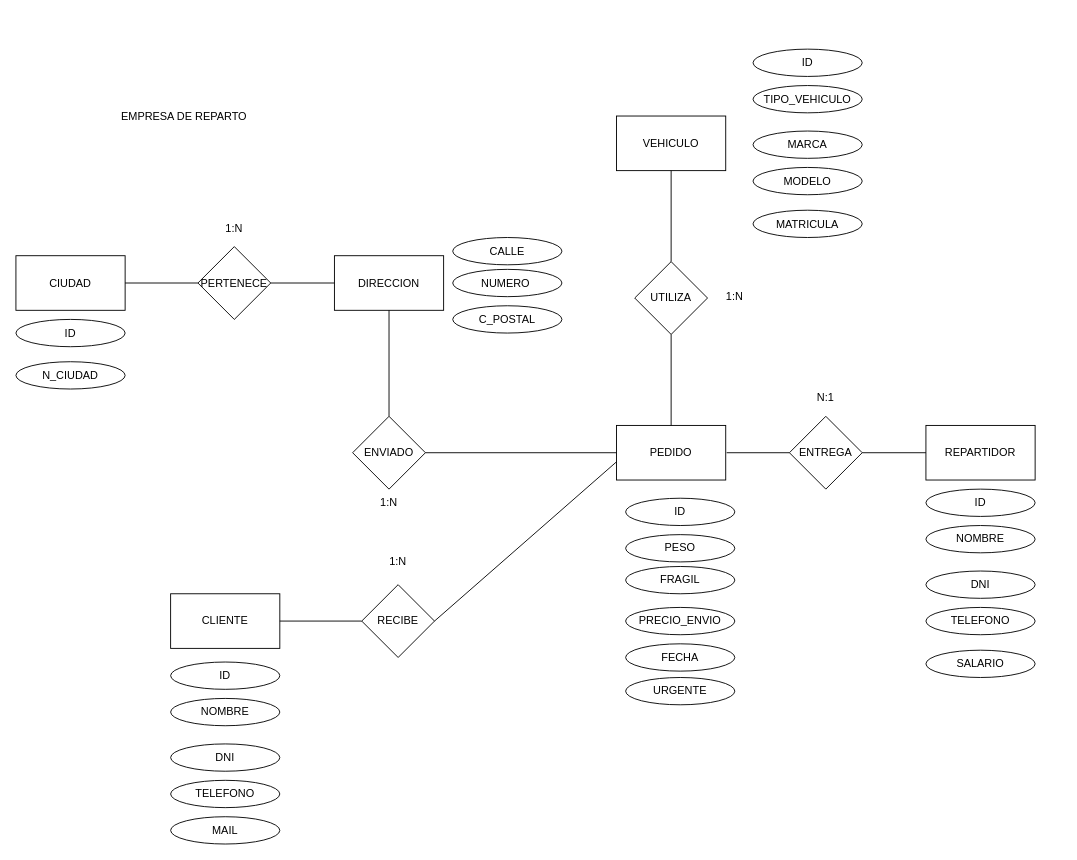
cjsampe/EMPRESA_REPARTO keeps this draw.io diagram as page "Página-1" (1 of 2) of Diagrama_REPARTO.drawio. Above is the earlier version. Source tidied: cells renumbered, new cells numbered last; positions are measured from the earlier drawing's top-left corner, leaving out a move shared by most shapes. Both pictures are drawn from the tidied source at 91%, with x=0, y=0 at pixel (15, 48).
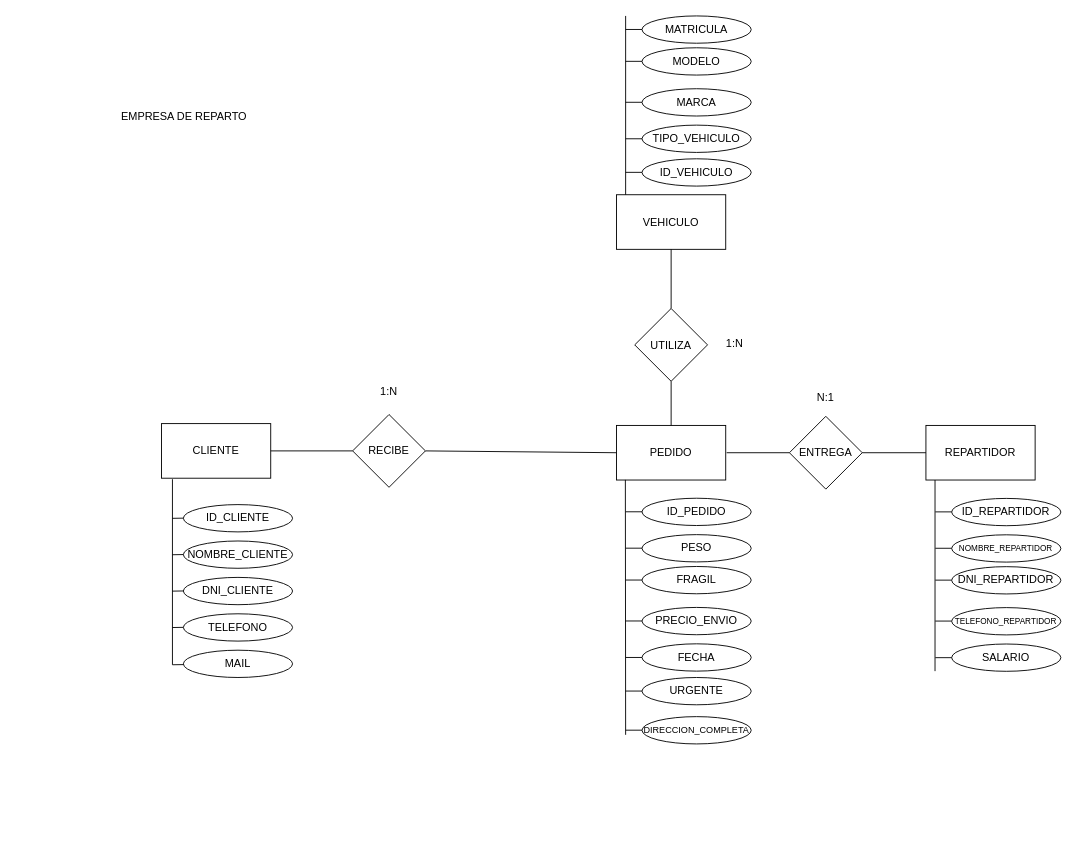
Above is the later version.

Unchanged cells that the change refers to:
```xml
<mxCell id="6" value="PEDIDO" style="rounded=0;whiteSpace=wrap;html=1;" parent="1" vertex="1">
  <mxGeometry x="660" y="414" width="120" height="60" as="geometry" />
</mxCell>
```

The edit, as a diff of the source:
```diff
@@
     <mxCell id="4" value="RECIBE" style="rhombus;whiteSpace=wrap;html=1;" parent="1" vertex="1">
-      <mxGeometry x="380" y="589" width="80" height="80" as="geometry" />
+      <mxGeometry x="370" y="402" width="80" height="80" as="geometry" />
     </mxCell>
-    <mxCell id="5" value="ENVIADO" style="rhombus;whiteSpace=wrap;html=1;" parent="1" vertex="1">
-      <mxGeometry x="370" y="404" width="80" height="80" as="geometry" />
-    </mxCell>
@@
     <mxCell id="7" value="CLIENTE" style="rounded=0;whiteSpace=wrap;html=1;" parent="1" vertex="1">
-      <mxGeometry x="170" y="599" width="120" height="60" as="geometry" />
+      <mxGeometry x="160" y="412" width="120" height="60" as="geometry" />
     </mxCell>
-    <mxCell id="8" value="CIUDAD" style="rounded=0;whiteSpace=wrap;html=1;" parent="1" vertex="1">
-      <mxGeometry y="227.5" width="120" height="60" as="geometry" />
-    </mxCell>
     <mxCell id="9" value="VEHICULO" style="rounded=0;whiteSpace=wrap;html=1;" parent="1" vertex="1">
-      <mxGeometry x="660" y="74" width="120" height="60" as="geometry" />
+      <mxGeometry x="660" y="160.5" width="120" height="60" as="geometry" />
     </mxCell>
     <mxCell id="10" value="UTILIZA" style="rhombus;whiteSpace=wrap;html=1;" parent="1" vertex="1">
-      <mxGeometry x="680" y="234" width="80" height="80" as="geometry" />
+      <mxGeometry x="680" y="285.5" width="80" height="80" as="geometry" />
     </mxCell>
@@
-    <mxCell id="12" style="endArrow=none;html=1;exitX=1;exitY=0.5;exitDx=0;exitDy=0;entryX=0;entryY=0.5;entryDx=0;entryDy=0;" parent="1" edge="1" source="5" target="6">
-      <mxGeometry relative="1" as="geometry" />
-    </mxCell>
@@
-    <mxCell id="15" value="ID" style="ellipse;whiteSpace=wrap;html=1;" parent="1" vertex="1">
-      <mxGeometry y="297.5" width="120" height="30" as="geometry" />
-    </mxCell>
-    <mxCell id="16" value="N_CIUDAD" style="ellipse;whiteSpace=wrap;html=1;" parent="1" vertex="1">
-      <mxGeometry y="344" width="120" height="30" as="geometry" />
-    </mxCell>
-    <mxCell id="17" value="ID" style="ellipse;whiteSpace=wrap;html=1;" parent="1" vertex="1">
-      <mxGeometry x="170" y="674" width="120" height="30" as="geometry" />
+    <mxCell id="17" value="ID_CLIENTE" style="ellipse;whiteSpace=wrap;html=1;" parent="1" vertex="1">
+      <mxGeometry x="184" y="501" width="120" height="30" as="geometry" />
     </mxCell>
-    <mxCell id="18" value="NOMBRE" style="ellipse;whiteSpace=wrap;html=1;" parent="1" vertex="1">
-      <mxGeometry x="170" y="714" width="120" height="30" as="geometry" />
+    <mxCell id="18" value="NOMBRE_CLIENTE" style="ellipse;whiteSpace=wrap;html=1;" parent="1" vertex="1">
+      <mxGeometry x="184" y="541" width="120" height="30" as="geometry" />
     </mxCell>
-    <mxCell id="19" value="CALLE" style="ellipse;whiteSpace=wrap;html=1;" parent="1" vertex="1">
-      <mxGeometry x="480" y="207.5" width="120" height="30" as="geometry" />
-    </mxCell>
-    <mxCell id="20" value="C_POSTAL" style="ellipse;whiteSpace=wrap;html=1;" parent="1" vertex="1">
-      <mxGeometry x="480" y="282.5" width="120" height="30" as="geometry" />
-    </mxCell>
-    <mxCell id="21" value="DNI" style="ellipse;whiteSpace=wrap;html=1;" parent="1" vertex="1">
-      <mxGeometry x="170" y="764" width="120" height="30" as="geometry" />
+    <mxCell id="21" value="DNI_CLIENTE" style="ellipse;whiteSpace=wrap;html=1;" parent="1" vertex="1">
+      <mxGeometry x="184" y="581" width="120" height="30" as="geometry" />
     </mxCell>
     <mxCell id="22" value="TELEFONO" style="ellipse;whiteSpace=wrap;html=1;" parent="1" vertex="1">
-      <mxGeometry x="170" y="804" width="120" height="30" as="geometry" />
+      <mxGeometry x="184" y="621" width="120" height="30" as="geometry" />
     </mxCell>
     <mxCell id="23" value="MAIL" style="ellipse;whiteSpace=wrap;html=1;" parent="1" vertex="1">
-      <mxGeometry x="170" y="844" width="120" height="30" as="geometry" />
+      <mxGeometry x="184" y="661" width="120" height="30" as="geometry" />
     </mxCell>
@@
-    <mxCell id="26" value="ID" style="ellipse;whiteSpace=wrap;html=1;" parent="1" vertex="1">
-      <mxGeometry x="670" y="494" width="120" height="30" as="geometry" />
+    <mxCell id="26" value="ID_PEDIDO" style="ellipse;whiteSpace=wrap;html=1;" parent="1" vertex="1">
+      <mxGeometry x="688" y="494" width="120" height="30" as="geometry" />
     </mxCell>
     <mxCell id="27" value="PESO" style="ellipse;whiteSpace=wrap;html=1;" parent="1" vertex="1">
-      <mxGeometry x="670" y="534" width="120" height="30" as="geometry" />
+      <mxGeometry x="688" y="534" width="120" height="30" as="geometry" />
     </mxCell>
     <mxCell id="28" value="FRAGIL" style="ellipse;whiteSpace=wrap;html=1;" parent="1" vertex="1">
-      <mxGeometry x="670" y="569" width="120" height="30" as="geometry" />
+      <mxGeometry x="688" y="569" width="120" height="30" as="geometry" />
     </mxCell>
     <mxCell id="29" value="PRECIO_ENVIO" style="ellipse;whiteSpace=wrap;html=1;" parent="1" vertex="1">
-      <mxGeometry x="670" y="614" width="120" height="30" as="geometry" />
+      <mxGeometry x="688" y="614" width="120" height="30" as="geometry" />
     </mxCell>
     <mxCell id="30" value="FECHA" style="ellipse;whiteSpace=wrap;html=1;" parent="1" vertex="1">
-      <mxGeometry x="670" y="654" width="120" height="30" as="geometry" />
+      <mxGeometry x="688" y="654" width="120" height="30" as="geometry" />
     </mxCell>
     <mxCell id="31" value="URGENTE" style="ellipse;whiteSpace=wrap;html=1;" parent="1" vertex="1">
-      <mxGeometry x="670" y="691" width="120" height="30" as="geometry" />
+      <mxGeometry x="688" y="691" width="120" height="30" as="geometry" />
     </mxCell>
-    <mxCell id="32" value="DIRECCION" style="rounded=0;whiteSpace=wrap;html=1;" parent="1" vertex="1">
-      <mxGeometry x="350" y="227.5" width="120" height="60" as="geometry" />
-    </mxCell>
-    <mxCell id="33" style="endArrow=none;html=1;exitX=0.5;exitY=0;exitDx=0;exitDy=0;entryX=0.5;entryY=1;entryDx=0;entryDy=0;" parent="1" edge="1" source="5" target="32">
-      <mxGeometry relative="1" as="geometry" />
-    </mxCell>
-    <mxCell id="34" value="NUMERO&amp;nbsp;" style="ellipse;whiteSpace=wrap;html=1;" parent="1" vertex="1">
-      <mxGeometry x="480" y="242.5" width="120" height="30" as="geometry" />
-    </mxCell>
-    <mxCell id="35" style="endArrow=none;html=1;exitX=1;exitY=0.5;exitDx=0;exitDy=0;" parent="1" edge="1" source="4">
-      <mxGeometry relative="1" as="geometry">
-        <mxPoint x="660" y="454" as="targetPoint" />
-      </mxGeometry>
+    <mxCell id="35" style="endArrow=none;html=1;exitX=1;exitY=0.5;exitDx=0;exitDy=0;entryX=0;entryY=0.5;entryDx=0;entryDy=0;" parent="1" edge="1" source="4" target="6">
+      <mxGeometry relative="1" as="geometry" />
     </mxCell>
-    <mxCell id="36" value="ID" style="ellipse;whiteSpace=wrap;html=1;" parent="1" vertex="1">
-      <mxGeometry x="1000" y="484" width="120" height="30" as="geometry" />
-    </mxCell>
-    <mxCell id="37" value="NOMBRE" style="ellipse;whiteSpace=wrap;html=1;" parent="1" vertex="1">
-      <mxGeometry x="1000" y="524" width="120" height="30" as="geometry" />
-    </mxCell>
-    <mxCell id="38" value="DNI" style="ellipse;whiteSpace=wrap;html=1;" parent="1" vertex="1">
-      <mxGeometry x="1000" y="574" width="120" height="30" as="geometry" />
-    </mxCell>
-    <mxCell id="39" value="TELEFONO" style="ellipse;whiteSpace=wrap;html=1;" parent="1" vertex="1">
-      <mxGeometry x="1000" y="614" width="120" height="30" as="geometry" />
-    </mxCell>
-    <mxCell id="40" value="SALARIO" style="ellipse;whiteSpace=wrap;html=1;" parent="1" vertex="1">
-      <mxGeometry x="1000" y="661" width="120" height="30" as="geometry" />
-    </mxCell>
-    <mxCell id="41" value="ID" style="ellipse;whiteSpace=wrap;html=1;" parent="1" vertex="1">
-      <mxGeometry x="810" y="0.5" width="120" height="30" as="geometry" />
-    </mxCell>
-    <mxCell id="42" value="TIPO_VEHICULO" style="ellipse;whiteSpace=wrap;html=1;" parent="1" vertex="1">
-      <mxGeometry x="810" y="40.5" width="120" height="30" as="geometry" />
-    </mxCell>
-    <mxCell id="43" value="MARCA" style="ellipse;whiteSpace=wrap;html=1;" parent="1" vertex="1">
-      <mxGeometry x="810" y="90.5" width="120" height="30" as="geometry" />
-    </mxCell>
-    <mxCell id="44" value="MODELO" style="ellipse;whiteSpace=wrap;html=1;" parent="1" vertex="1">
-      <mxGeometry x="810" y="130.5" width="120" height="30" as="geometry" />
-    </mxCell>
-    <mxCell id="45" value="MATRICULA" style="ellipse;whiteSpace=wrap;html=1;" parent="1" vertex="1">
-      <mxGeometry x="810" y="177.5" width="120" height="30" as="geometry" />
-    </mxCell>
-    <mxCell id="46" value="PERTENECE" style="rhombus;whiteSpace=wrap;html=1;" parent="1" vertex="1">
-      <mxGeometry x="200" y="217.5" width="80" height="80" as="geometry" />
-    </mxCell>
-    <mxCell id="47" style="endArrow=none;html=1;exitX=1;exitY=0.5;exitDx=0;exitDy=0;entryX=0;entryY=0.5;entryDx=0;entryDy=0;" parent="1" edge="1" source="8" target="46">
-      <mxGeometry relative="1" as="geometry" />
-    </mxCell>
-    <mxCell id="48" style="endArrow=none;html=1;exitX=1;exitY=0.5;exitDx=0;exitDy=0;entryX=0;entryY=0.5;entryDx=0;entryDy=0;" parent="1" edge="1" source="46" target="32">
-      <mxGeometry relative="1" as="geometry" />
-    </mxCell>
-    <mxCell id="49" value="1:N" style="text;html=1;strokeColor=none;fillColor=none;align=center;verticalAlign=middle;whiteSpace=wrap;rounded=0;" parent="1" vertex="1">
-      <mxGeometry x="220" y="187.5" width="40" height="20" as="geometry" />
-    </mxCell>
-    <mxCell id="50" value="1:N" style="text;html=1;strokeColor=none;fillColor=none;align=center;verticalAlign=middle;whiteSpace=wrap;rounded=0;" parent="1" vertex="1">
-      <mxGeometry x="390" y="489" width="40" height="20" as="geometry" />
-    </mxCell>
     <mxCell id="51" value="1:N" style="text;html=1;strokeColor=none;fillColor=none;align=center;verticalAlign=middle;whiteSpace=wrap;rounded=0;" parent="1" vertex="1">
-      <mxGeometry x="400" y="554" width="40" height="20" as="geometry" />
+      <mxGeometry x="390" y="367" width="40" height="20" as="geometry" />
     </mxCell>
     <mxCell id="52" value="1:N" style="text;html=1;strokeColor=none;fillColor=none;align=center;verticalAlign=middle;whiteSpace=wrap;rounded=0;" parent="1" vertex="1">
-      <mxGeometry x="770" y="262.5" width="40" height="20" as="geometry" />
+      <mxGeometry x="770" y="314" width="40" height="20" as="geometry" />
     </mxCell>
@@
+    <mxCell id="55" value="&lt;font style=&quot;font-size: 10px&quot;&gt;DIRECCION_COMPLETA&lt;/font&gt;" style="ellipse;whiteSpace=wrap;html=1;" parent="1" vertex="1">
+      <mxGeometry x="688" y="734" width="120" height="30" as="geometry" />
+    </mxCell>
+    <mxCell id="56" style="endArrow=none;html=1;exitX=0.1;exitY=1.018;exitDx=0;exitDy=0;exitPerimeter=0;" parent="1" edge="1" source="7">
+      <mxGeometry relative="1" as="geometry">
+        <mxPoint x="172" y="677" as="targetPoint" />
+      </mxGeometry>
+    </mxCell>
+    <mxCell id="57" style="endArrow=none;html=1;" parent="1" edge="1" target="23">
+      <mxGeometry relative="1" as="geometry">
+        <mxPoint x="172" y="677" as="sourcePoint" />
+      </mxGeometry>
+    </mxCell>
+    <mxCell id="58" style="endArrow=none;html=1;" parent="1" edge="1">
+      <mxGeometry relative="1" as="geometry">
+        <mxPoint x="171.9" y="636.1" as="sourcePoint" />
+        <mxPoint x="184" y="635.9" as="targetPoint" />
+      </mxGeometry>
+    </mxCell>
+    <mxCell id="59" style="endArrow=none;html=1;" parent="1" edge="1">
+      <mxGeometry relative="1" as="geometry">
+        <mxPoint x="171.9" y="596.1" as="sourcePoint" />
+        <mxPoint x="184" y="595.9" as="targetPoint" />
+      </mxGeometry>
+    </mxCell>
+    <mxCell id="60" style="endArrow=none;html=1;" parent="1" edge="1">
+      <mxGeometry relative="1" as="geometry">
+        <mxPoint x="171.9" y="556.1" as="sourcePoint" />
+        <mxPoint x="184" y="555.9" as="targetPoint" />
+      </mxGeometry>
+    </mxCell>
+    <mxCell id="61" style="endArrow=none;html=1;" parent="1" edge="1">
+      <mxGeometry relative="1" as="geometry">
+        <mxPoint x="171.9" y="516.1" as="sourcePoint" />
+        <mxPoint x="184" y="515.9" as="targetPoint" />
+      </mxGeometry>
+    </mxCell>
+    <mxCell id="62" style="endArrow=none;html=1;entryX=0.081;entryY=0.997;entryDx=0;entryDy=0;entryPerimeter=0;" parent="1" edge="1" target="6">
+      <mxGeometry relative="1" as="geometry">
+        <mxPoint x="670" y="754" as="sourcePoint" />
+      </mxGeometry>
+    </mxCell>
+    <mxCell id="63" style="endArrow=none;html=1;entryX=0;entryY=0.5;entryDx=0;entryDy=0;" parent="1" edge="1" target="30">
+      <mxGeometry relative="1" as="geometry">
+        <mxPoint x="670" y="669" as="sourcePoint" />
+      </mxGeometry>
+    </mxCell>
+    <mxCell id="64" style="endArrow=none;html=1;entryX=0;entryY=0.5;entryDx=0;entryDy=0;" parent="1" edge="1">
+      <mxGeometry relative="1" as="geometry">
+        <mxPoint x="670" y="705.9" as="sourcePoint" />
+        <mxPoint x="688" y="705.9" as="targetPoint" />
+      </mxGeometry>
+    </mxCell>
+    <mxCell id="65" style="endArrow=none;html=1;entryX=0;entryY=0.5;entryDx=0;entryDy=0;" parent="1" edge="1">
+      <mxGeometry relative="1" as="geometry">
+        <mxPoint x="670" y="748.9" as="sourcePoint" />
+        <mxPoint x="688" y="748.9" as="targetPoint" />
+      </mxGeometry>
+    </mxCell>
+    <mxCell id="66" style="endArrow=none;html=1;entryX=0;entryY=0.5;entryDx=0;entryDy=0;" parent="1" edge="1">
+      <mxGeometry relative="1" as="geometry">
+        <mxPoint x="670" y="628.9" as="sourcePoint" />
+        <mxPoint x="688" y="628.9" as="targetPoint" />
+      </mxGeometry>
+    </mxCell>
+    <mxCell id="67" style="endArrow=none;html=1;entryX=0;entryY=0.5;entryDx=0;entryDy=0;" parent="1" edge="1">
+      <mxGeometry relative="1" as="geometry">
+        <mxPoint x="670" y="583.9" as="sourcePoint" />
+        <mxPoint x="688" y="583.9" as="targetPoint" />
+      </mxGeometry>
+    </mxCell>
+    <mxCell id="68" style="endArrow=none;html=1;entryX=0;entryY=0.5;entryDx=0;entryDy=0;" parent="1" edge="1">
+      <mxGeometry relative="1" as="geometry">
+        <mxPoint x="670" y="548.9" as="sourcePoint" />
+        <mxPoint x="688" y="548.9" as="targetPoint" />
+      </mxGeometry>
+    </mxCell>
+    <mxCell id="69" style="endArrow=none;html=1;entryX=0;entryY=0.5;entryDx=0;entryDy=0;" parent="1" edge="1">
+      <mxGeometry relative="1" as="geometry">
+        <mxPoint x="670" y="508.9" as="sourcePoint" />
+        <mxPoint x="688" y="508.9" as="targetPoint" />
+      </mxGeometry>
+    </mxCell>
+    <mxCell id="70" value="ID_REPARTIDOR" style="ellipse;whiteSpace=wrap;html=1;" parent="1" vertex="1">
+      <mxGeometry x="1028.3" y="494.2" width="120" height="30" as="geometry" />
+    </mxCell>
+    <mxCell id="71" value="&lt;font style=&quot;font-size: 9px&quot;&gt;NOMBRE_REPARTIDOR&lt;/font&gt;" style="ellipse;whiteSpace=wrap;html=1;" parent="1" vertex="1">
+      <mxGeometry x="1028.3" y="534.2" width="120" height="30" as="geometry" />
+    </mxCell>
+    <mxCell id="72" value="DNI_REPARTIDOR" style="ellipse;whiteSpace=wrap;html=1;" parent="1" vertex="1">
+      <mxGeometry x="1028.3" y="569.2" width="120" height="30" as="geometry" />
+    </mxCell>
+    <mxCell id="73" value="&lt;font style=&quot;font-size: 9px&quot;&gt;TELEFONO_REPARTIDOR&lt;/font&gt;" style="ellipse;whiteSpace=wrap;html=1;" parent="1" vertex="1">
+      <mxGeometry x="1028.3" y="614.2" width="120" height="30" as="geometry" />
+    </mxCell>
+    <mxCell id="40" value="SALARIO" style="ellipse;whiteSpace=wrap;html=1;" parent="1" vertex="1">
+      <mxGeometry x="1028.3" y="654.2" width="120" height="30" as="geometry" />
+    </mxCell>
+    <mxCell id="74" style="endArrow=none;html=1;entryX=0.081;entryY=0.997;entryDx=0;entryDy=0;entryPerimeter=0;" parent="1" edge="1">
+      <mxGeometry relative="1" as="geometry">
+        <mxPoint x="1010" y="684" as="sourcePoint" />
+        <mxPoint x="1010" y="474" as="targetPoint" />
+      </mxGeometry>
+    </mxCell>
+    <mxCell id="75" style="endArrow=none;html=1;entryX=0;entryY=0.5;entryDx=0;entryDy=0;" parent="1" edge="1" target="40">
+      <mxGeometry relative="1" as="geometry">
+        <mxPoint x="1010.3" y="669.2" as="sourcePoint" />
+      </mxGeometry>
+    </mxCell>
+    <mxCell id="76" style="endArrow=none;html=1;entryX=0;entryY=0.5;entryDx=0;entryDy=0;" parent="1" edge="1">
+      <mxGeometry relative="1" as="geometry">
+        <mxPoint x="1010.3" y="629" as="sourcePoint" />
+        <mxPoint x="1028.3" y="629" as="targetPoint" />
+      </mxGeometry>
+    </mxCell>
+    <mxCell id="77" style="endArrow=none;html=1;entryX=0;entryY=0.5;entryDx=0;entryDy=0;" parent="1" edge="1">
+      <mxGeometry relative="1" as="geometry">
+        <mxPoint x="1010.3" y="584" as="sourcePoint" />
+        <mxPoint x="1028.3" y="584" as="targetPoint" />
+      </mxGeometry>
+    </mxCell>
+    <mxCell id="78" style="endArrow=none;html=1;entryX=0;entryY=0.5;entryDx=0;entryDy=0;" parent="1" edge="1">
+      <mxGeometry relative="1" as="geometry">
+        <mxPoint x="1010.3" y="549" as="sourcePoint" />
+        <mxPoint x="1028.3" y="549" as="targetPoint" />
+      </mxGeometry>
+    </mxCell>
+    <mxCell id="79" style="endArrow=none;html=1;entryX=0;entryY=0.5;entryDx=0;entryDy=0;" parent="1" edge="1">
+      <mxGeometry relative="1" as="geometry">
+        <mxPoint x="1010.3" y="509" as="sourcePoint" />
+        <mxPoint x="1028.3" y="509" as="targetPoint" />
+      </mxGeometry>
+    </mxCell>
+    <mxCell id="45" value="MATRICULA" style="ellipse;whiteSpace=wrap;html=1;" parent="1" vertex="1">
+      <mxGeometry x="688" y="-36" width="120" height="30" as="geometry" />
+    </mxCell>
+    <mxCell id="44" value="MODELO" style="ellipse;whiteSpace=wrap;html=1;" parent="1" vertex="1">
+      <mxGeometry x="688" y="-1" width="120" height="30" as="geometry" />
+    </mxCell>
+    <mxCell id="43" value="MARCA" style="ellipse;whiteSpace=wrap;html=1;" parent="1" vertex="1">
+      <mxGeometry x="688" y="44" width="120" height="30" as="geometry" />
+    </mxCell>
+    <mxCell id="42" value="TIPO_VEHICULO" style="ellipse;whiteSpace=wrap;html=1;" parent="1" vertex="1">
+      <mxGeometry x="688" y="84" width="120" height="30" as="geometry" />
+    </mxCell>
+    <mxCell id="80" value="ID_VEHICULO" style="ellipse;whiteSpace=wrap;html=1;" parent="1" vertex="1">
+      <mxGeometry x="688" y="121" width="120" height="30" as="geometry" />
+    </mxCell>
+    <mxCell id="81" style="endArrow=none;html=1;entryX=0;entryY=0.5;entryDx=0;entryDy=0;" parent="1" edge="1" target="42">
+      <mxGeometry relative="1" as="geometry">
+        <mxPoint x="670" y="99" as="sourcePoint" />
+      </mxGeometry>
+    </mxCell>
+    <mxCell id="82" style="endArrow=none;html=1;entryX=0;entryY=0.5;entryDx=0;entryDy=0;" parent="1" edge="1">
+      <mxGeometry relative="1" as="geometry">
+        <mxPoint x="670" y="135.9" as="sourcePoint" />
+        <mxPoint x="688" y="135.9" as="targetPoint" />
+      </mxGeometry>
+    </mxCell>
+    <mxCell id="83" style="endArrow=none;html=1;entryX=0;entryY=0.5;entryDx=0;entryDy=0;" parent="1" edge="1">
+      <mxGeometry relative="1" as="geometry">
+        <mxPoint x="670" y="58.9" as="sourcePoint" />
+        <mxPoint x="688" y="58.9" as="targetPoint" />
+      </mxGeometry>
+    </mxCell>
+    <mxCell id="84" style="endArrow=none;html=1;entryX=0;entryY=0.5;entryDx=0;entryDy=0;" parent="1" edge="1">
+      <mxGeometry relative="1" as="geometry">
+        <mxPoint x="670" y="13.9" as="sourcePoint" />
+        <mxPoint x="688" y="13.9" as="targetPoint" />
+      </mxGeometry>
+    </mxCell>
+    <mxCell id="85" style="endArrow=none;html=1;entryX=0;entryY=0.5;entryDx=0;entryDy=0;" parent="1" edge="1">
+      <mxGeometry relative="1" as="geometry">
+        <mxPoint x="670" y="-21.1" as="sourcePoint" />
+        <mxPoint x="688" y="-21.1" as="targetPoint" />
+      </mxGeometry>
+    </mxCell>
+    <mxCell id="86" style="endArrow=none;html=1;" parent="1" edge="1">
+      <mxGeometry relative="1" as="geometry">
+        <mxPoint x="670" y="160.5" as="sourcePoint" />
+        <mxPoint x="670" y="-36" as="targetPoint" />
+      </mxGeometry>
+    </mxCell>
```
